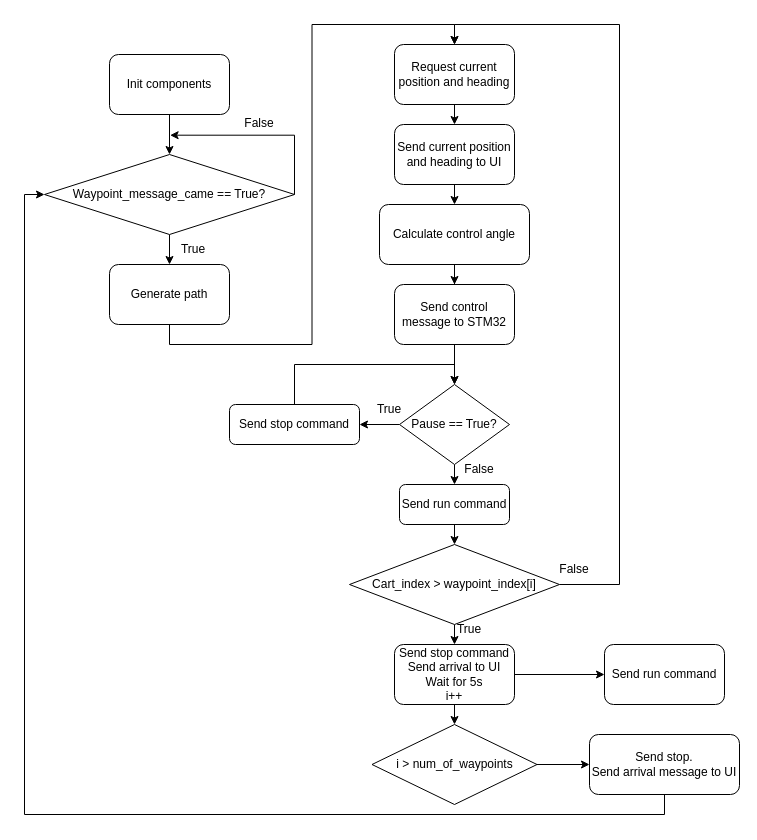
Before: Cart's flow.drawio in Huy-Luu/ThesisDiagrams, a draw.io diagram. Source tidied: cells renumbered, new cells numbered last; positions are measured from the earlier drawing's top-left corner, leaving out a move shared by most shapes. Both pictures are drawn from the tidied source at 100%, with x=0, y=0 at pixel (44, 24).
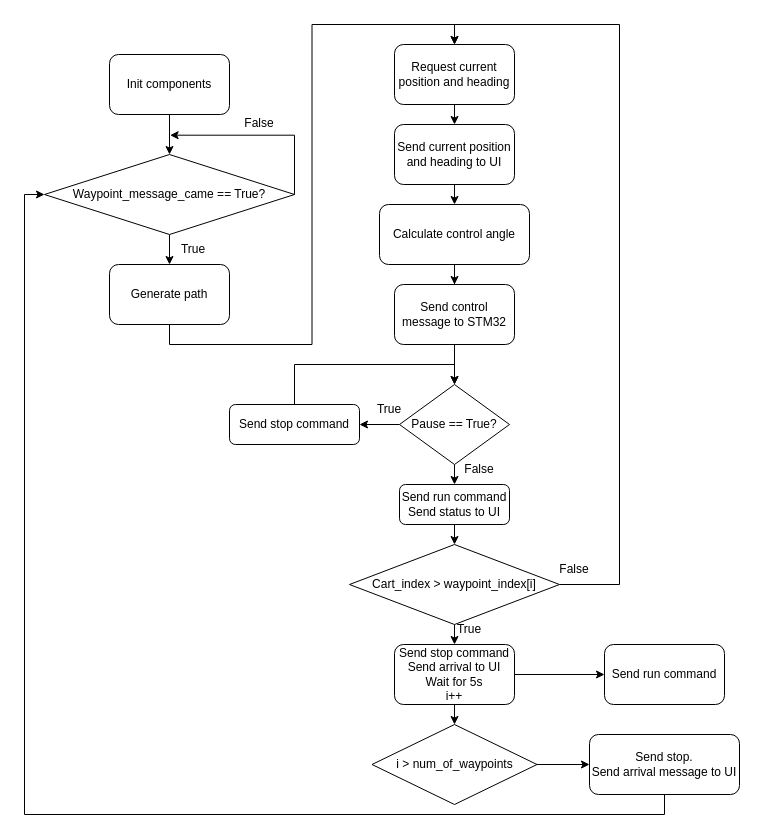
Above is the later version.

What changed in the source:
```diff
@@
-    <mxCell id="38" value="Send run command" style="rounded=1;whiteSpace=wrap;html=1;" parent="1" vertex="1">
+    <mxCell id="38" value="Send run command&lt;br&gt;Send status to UI" style="rounded=1;whiteSpace=wrap;html=1;" parent="1" vertex="1">
       <mxGeometry x="355" y="460" width="110" height="40" as="geometry" />
     </mxCell>
```
